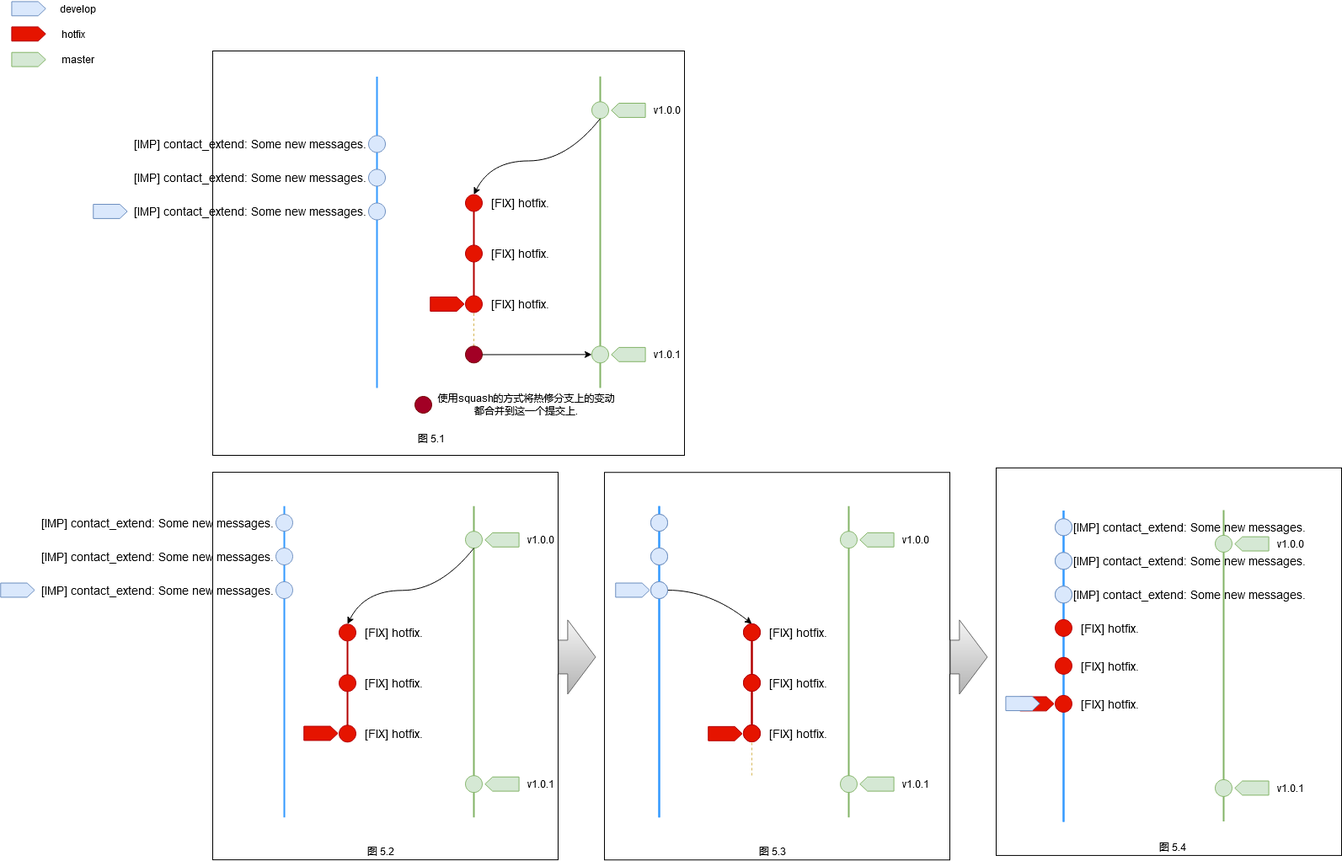
The draw.io diagram gitBranchModel/createHotfixlBranch.png in alreadytakenn/images, before a commit. Source tidied: cells renumbered, new cells last; positions are measured from the earlier drawing's top-left corner, leaving out a move shared by most shapes.
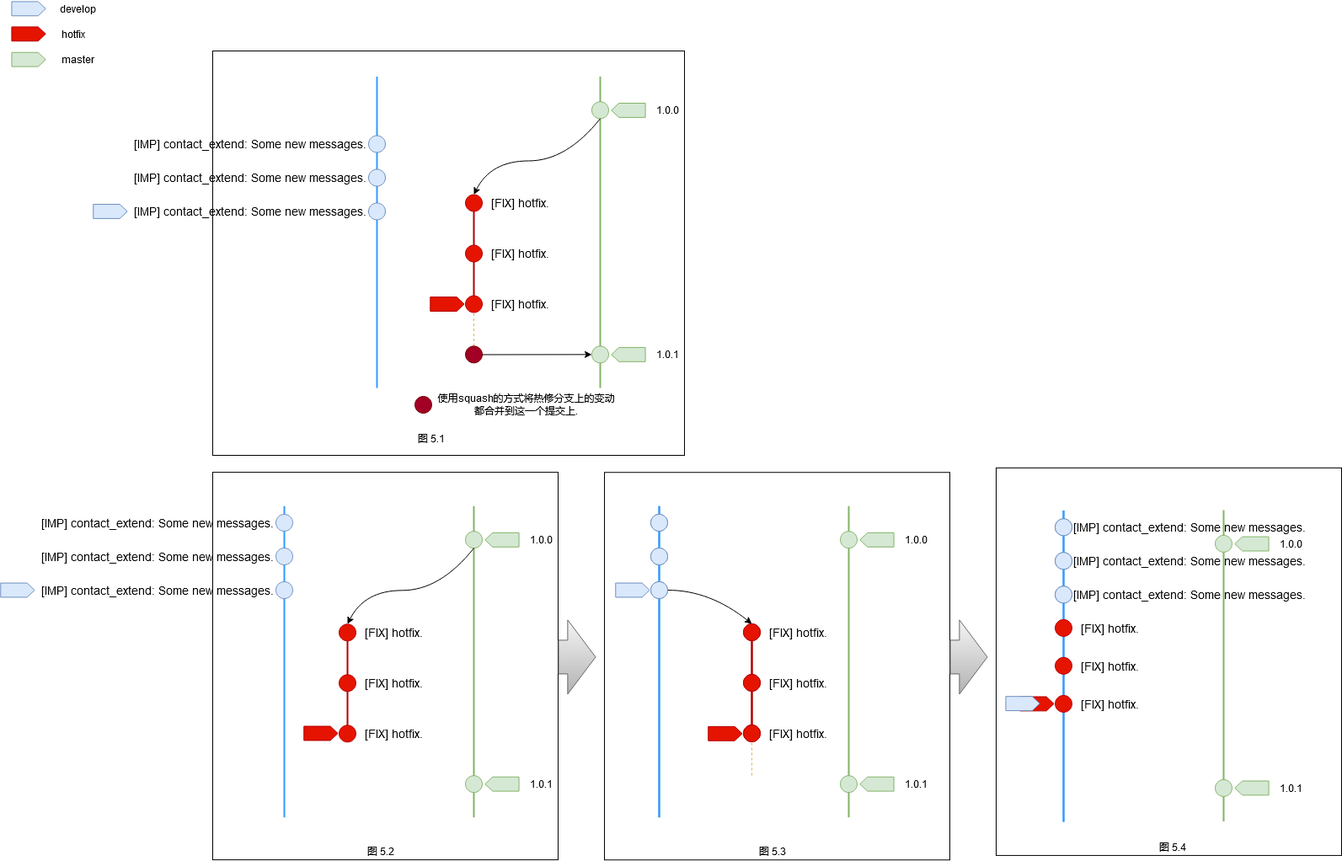
After the commit.

The edit, as a diff of the source:
```diff
@@ -2,6 +2,12 @@
   <root>
     <mxCell id="0" style="html=1;" />
     <mxCell id="1" style="html=1;" parent="0" />
+    <mxCell id="124" style="rounded=0;whiteSpace=wrap;html=1;gradientColor=none;fillColor=none;" parent="1" vertex="1">
+      <mxGeometry x="1170" y="564.9" width="410" height="460" as="geometry" />
+    </mxCell>
+    <mxCell id="126" style="rounded=0;whiteSpace=wrap;html=1;fillColor=none;gradientColor=none;" parent="1" vertex="1">
+      <mxGeometry x="240" y="70" width="560" height="480" as="geometry" />
+    </mxCell>
     <mxCell id="2" style="rounded=0;whiteSpace=wrap;html=1;gradientColor=none;fillColor=none;" parent="1" vertex="1">
       <mxGeometry x="705" y="570.2" width="410" height="460" as="geometry" />
     </mxCell>
@@ -64,7 +70,7 @@
         </Array>
       </mxGeometry>
     </mxCell>
-    <mxCell id="21" value="v1.0.0" style="text;html=1;strokeColor=none;fillColor=none;align=center;verticalAlign=middle;whiteSpace=wrap;rounded=0;" parent="1" vertex="1">
+    <mxCell id="21" value="1.0.0" style="text;html=1;strokeColor=none;fillColor=none;align=center;verticalAlign=middle;whiteSpace=wrap;rounded=0;" parent="1" vertex="1">
       <mxGeometry x="760" y="130.5" width="40" height="20" as="geometry" />
     </mxCell>
     <mxCell id="22" style="ellipse;whiteSpace=wrap;html=1;fillColor=#dae8fc;strokeColor=#6c8ebf;" parent="1" vertex="1">
@@ -96,7 +102,7 @@
     <mxCell id="29" style="shape=offPageConnector;whiteSpace=wrap;html=1;fillColor=#d5e8d4;rotation=90;size=0.22148571428571553;strokeColor=#82b366;" parent="1" vertex="1">
       <mxGeometry x="725" y="410.2" width="16.9" height="40.3" as="geometry" />
     </mxCell>
-    <mxCell id="30" value="&lt;div&gt;v1.0.1&lt;/div&gt;" style="text;html=1;strokeColor=none;fillColor=none;align=center;verticalAlign=middle;whiteSpace=wrap;rounded=0;" parent="1" vertex="1">
+    <mxCell id="30" value="&lt;div&gt;1.0.1&lt;/div&gt;" style="text;html=1;strokeColor=none;fillColor=none;align=center;verticalAlign=middle;whiteSpace=wrap;rounded=0;" parent="1" vertex="1">
       <mxGeometry x="760" y="420.3" width="40" height="20" as="geometry" />
     </mxCell>
     <mxCell id="31" value="[FIX] hotfix." style="text;html=1;strokeColor=none;fillColor=none;align=center;verticalAlign=middle;whiteSpace=wrap;rounded=0;fontSize=14;" parent="1" vertex="1">
@@ -161,7 +167,7 @@
         </Array>
       </mxGeometry>
     </mxCell>
-    <mxCell id="50" value="v1.0.0" style="text;html=1;strokeColor=none;fillColor=none;align=center;verticalAlign=middle;whiteSpace=wrap;rounded=0;" parent="1" vertex="1">
+    <mxCell id="50" value="1.0.0" style="text;html=1;strokeColor=none;fillColor=none;align=center;verticalAlign=middle;whiteSpace=wrap;rounded=0;" parent="1" vertex="1">
       <mxGeometry x="610" y="640.3" width="40" height="20" as="geometry" />
     </mxCell>
     <mxCell id="51" style="ellipse;whiteSpace=wrap;html=1;fillColor=#dae8fc;strokeColor=#6c8ebf;" parent="1" vertex="1">
@@ -179,7 +185,7 @@
     <mxCell id="55" style="shape=offPageConnector;whiteSpace=wrap;html=1;fillColor=#d5e8d4;rotation=90;size=0.22148571428571553;strokeColor=#82b366;" parent="1" vertex="1">
       <mxGeometry x="575" y="920" width="16.9" height="40.3" as="geometry" />
     </mxCell>
-    <mxCell id="56" value="&lt;div&gt;v1.0.1&lt;/div&gt;" style="text;html=1;strokeColor=none;fillColor=none;align=center;verticalAlign=middle;whiteSpace=wrap;rounded=0;" parent="1" vertex="1">
+    <mxCell id="56" value="&lt;div&gt;1.0.1&lt;/div&gt;" style="text;html=1;strokeColor=none;fillColor=none;align=center;verticalAlign=middle;whiteSpace=wrap;rounded=0;" parent="1" vertex="1">
       <mxGeometry x="610" y="930.2" width="40" height="20" as="geometry" />
     </mxCell>
     <mxCell id="57" value="[FIX] hotfix." style="text;html=1;strokeColor=none;fillColor=none;align=center;verticalAlign=middle;whiteSpace=wrap;rounded=0;fontSize=14;" parent="1" vertex="1">
@@ -221,7 +227,7 @@
     <mxCell id="69" style="shape=offPageConnector;whiteSpace=wrap;html=1;fillColor=#d5e8d4;rotation=90;size=0.22148571428571553;strokeColor=#82b366;" parent="1" vertex="1">
       <mxGeometry x="1020" y="630.2" width="16.9" height="40.3" as="geometry" />
     </mxCell>
-    <mxCell id="70" value="v1.0.0" style="text;html=1;strokeColor=none;fillColor=none;align=center;verticalAlign=middle;whiteSpace=wrap;rounded=0;" parent="1" vertex="1">
+    <mxCell id="70" value="1.0.0" style="text;html=1;strokeColor=none;fillColor=none;align=center;verticalAlign=middle;whiteSpace=wrap;rounded=0;" parent="1" vertex="1">
       <mxGeometry x="1055" y="640.3" width="40" height="20" as="geometry" />
     </mxCell>
     <mxCell id="71" style="ellipse;whiteSpace=wrap;html=1;fillColor=#dae8fc;strokeColor=#6c8ebf;" parent="1" vertex="1">
@@ -245,7 +251,7 @@
     <mxCell id="76" style="shape=offPageConnector;whiteSpace=wrap;html=1;fillColor=#d5e8d4;rotation=90;size=0.22148571428571553;strokeColor=#82b366;" parent="1" vertex="1">
       <mxGeometry x="1020" y="920" width="16.9" height="40.3" as="geometry" />
     </mxCell>
-    <mxCell id="77" value="&lt;div&gt;v1.0.1&lt;/div&gt;" style="text;html=1;strokeColor=none;fillColor=none;align=center;verticalAlign=middle;whiteSpace=wrap;rounded=0;" parent="1" vertex="1">
+    <mxCell id="77" value="&lt;div&gt;1.0.1&lt;/div&gt;" style="text;html=1;strokeColor=none;fillColor=none;align=center;verticalAlign=middle;whiteSpace=wrap;rounded=0;" parent="1" vertex="1">
       <mxGeometry x="1055" y="930.2" width="40" height="20" as="geometry" />
     </mxCell>
     <mxCell id="78" value="[FIX] hotfix." style="text;html=1;strokeColor=none;fillColor=none;align=center;verticalAlign=middle;whiteSpace=wrap;rounded=0;fontSize=14;" parent="1" vertex="1">
@@ -382,7 +388,7 @@
     <mxCell id="119" style="shape=offPageConnector;whiteSpace=wrap;html=1;fillColor=#d5e8d4;rotation=90;size=0.22148571428571553;strokeColor=#82b366;" parent="1" vertex="1">
       <mxGeometry x="1465" y="634.9" width="16.9" height="40.3" as="geometry" />
     </mxCell>
-    <mxCell id="120" value="v1.0.0" style="text;html=1;strokeColor=none;fillColor=none;align=center;verticalAlign=middle;whiteSpace=wrap;rounded=0;" parent="1" vertex="1">
+    <mxCell id="120" value="1.0.0" style="text;html=1;strokeColor=none;fillColor=none;align=center;verticalAlign=middle;whiteSpace=wrap;rounded=0;" parent="1" vertex="1">
       <mxGeometry x="1500" y="645.1" width="40" height="20" as="geometry" />
     </mxCell>
     <mxCell id="121" style="ellipse;whiteSpace=wrap;html=1;strokeColor=#82b366;fillColor=#d5e8d4;" parent="1" vertex="1">
@@ -391,20 +397,14 @@
     <mxCell id="122" style="shape=offPageConnector;whiteSpace=wrap;html=1;fillColor=#d5e8d4;rotation=90;size=0.22148571428571553;strokeColor=#82b366;" parent="1" vertex="1">
       <mxGeometry x="1465" y="924.8" width="16.9" height="40.3" as="geometry" />
     </mxCell>
-    <mxCell id="123" value="&lt;div&gt;v1.0.1&lt;/div&gt;" style="text;html=1;strokeColor=none;fillColor=none;align=center;verticalAlign=middle;whiteSpace=wrap;rounded=0;" parent="1" vertex="1">
+    <mxCell id="123" value="&lt;div&gt;1.0.1&lt;/div&gt;" style="text;html=1;strokeColor=none;fillColor=none;align=center;verticalAlign=middle;whiteSpace=wrap;rounded=0;" parent="1" vertex="1">
       <mxGeometry x="1500" y="934.9" width="40" height="20" as="geometry" />
     </mxCell>
-    <mxCell id="124" style="rounded=0;whiteSpace=wrap;html=1;gradientColor=none;fillColor=none;" parent="1" vertex="1">
-      <mxGeometry x="1170" y="564.9" width="410" height="460" as="geometry" />
-    </mxCell>
     <mxCell id="125" style="shape=flexArrow;endArrow=classic;html=1;endWidth=47.05882352941177;endSize=10.705882352941176;width=40;gradientColor=#b3b3b3;fillColor=#f5f5f5;strokeColor=#666666;" parent="1" edge="1">
       <mxGeometry relative="1" as="geometry">
         <mxPoint x="650" y="789.4" as="sourcePoint" />
         <mxPoint x="695" y="789.4" as="targetPoint" />
       </mxGeometry>
     </mxCell>
-    <mxCell id="126" style="rounded=0;whiteSpace=wrap;html=1;fillColor=none;gradientColor=none;" parent="1" vertex="1">
-      <mxGeometry x="240" y="70" width="560" height="480" as="geometry" />
-    </mxCell>
   </root>
 </mxGraphModel>
```
